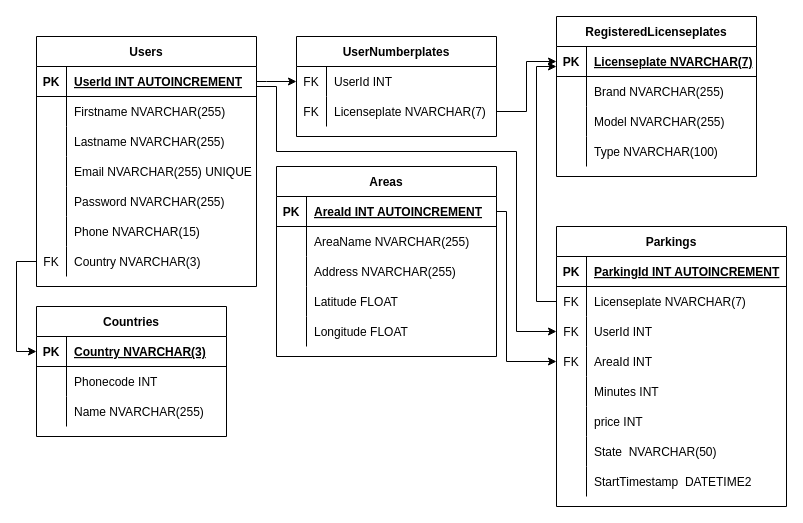
minilange/parkerings-projekt keeps this draw.io diagram as backend/misc/ER.drawio. Above is the earlier version. Source tidied: cells renumbered, new cells numbered last; positions are measured from the earlier drawing's top-left corner, leaving out a move shared by most shapes. Both pictures are drawn from the tidied source at 100%, with x=0, y=0 at pixel (36, 16).
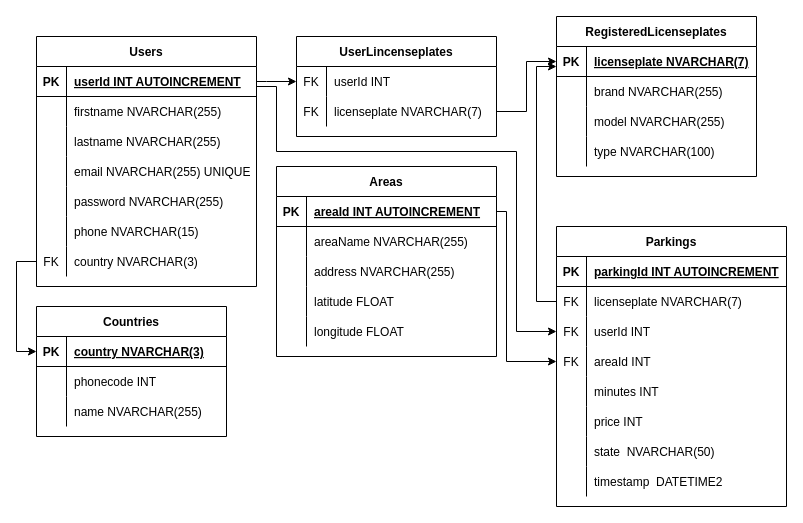
The same diagram, later.

The change refers to these unchanged cells:
```xml
<mxCell id="3" style="shape=tableRow;horizontal=0;startSize=0;swimlaneHead=0;swimlaneBody=0;fillColor=none;points=[[0,0.5],[1,0.5]];portConstraint=eastwest;top=0;left=0;right=0;bottom=1;" parent="2" vertex="1">
<mxCell id="6" style="shape=tableRow;horizontal=0;startSize=0;swimlaneHead=0;swimlaneBody=0;fillColor=none;top=0;left=0;right=0;bottom=0;" parent="2" vertex="1">
<mxCell id="9" style="shape=tableRow;horizontal=0;startSize=0;swimlaneHead=0;swimlaneBody=0;fillColor=none;top=0;left=0;right=0;bottom=0;" parent="2" vertex="1">
<mxCell id="12" style="shape=tableRow;horizontal=0;startSize=0;swimlaneHead=0;swimlaneBody=0;fillColor=none;top=0;left=0;right=0;bottom=0;" parent="2" vertex="1">
<mxCell id="15" style="shape=tableRow;horizontal=0;startSize=0;swimlaneHead=0;swimlaneBody=0;fillColor=none;top=0;left=0;right=0;bottom=0;" parent="2" vertex="1">
<mxCell id="18" style="shape=tableRow;horizontal=0;startSize=0;swimlaneHead=0;swimlaneBody=0;fillColor=none;top=0;left=0;right=0;bottom=0;" parent="2" vertex="1">
<mxCell id="21" style="shape=tableRow;horizontal=0;startSize=0;swimlaneHead=0;swimlaneBody=0;fillColor=none;points=[[0,0.5],[1,0.5]];portConstraint=eastwest;top=0;left=0;right=0;bottom=0;" parent="2" vertex="1">
<mxCell id="25" style="shape=tableRow;horizontal=0;startSize=0;swimlaneHead=0;swimlaneBody=0;fillColor=none;points=[[0,0.5],[1,0.5]];portConstraint=eastwest;top=0;left=0;right=0;bottom=1;" parent="24" vertex="1">
<mxCell id="28" style="shape=tableRow;horizontal=0;startSize=0;swimlaneHead=0;swimlaneBody=0;fillColor=none;top=0;left=0;right=0;bottom=0;" parent="24" vertex="1">
<mxCell id="31" style="shape=tableRow;horizontal=0;startSize=0;swimlaneHead=0;swimlaneBody=0;fillColor=none;top=0;left=0;right=0;bottom=0;" parent="24" vertex="1">
<mxCell id="36" style="shape=tableRow;horizontal=0;startSize=0;swimlaneHead=0;swimlaneBody=0;fillColor=none;top=0;left=0;right=0;bottom=0;" parent="35" vertex="1">
<mxCell id="39" style="shape=tableRow;horizontal=0;startSize=0;swimlaneHead=0;swimlaneBody=0;fillColor=none;points=[[0,0.5],[1,0.5]];portConstraint=eastwest;top=0;left=0;right=0;bottom=0;" parent="35" vertex="1">
<mxCell id="44" style="shape=tableRow;horizontal=0;startSize=0;swimlaneHead=0;swimlaneBody=0;fillColor=none;top=0;left=0;right=0;bottom=1;" parent="43" vertex="1">
<mxCell id="47" style="shape=tableRow;horizontal=0;startSize=0;swimlaneHead=0;swimlaneBody=0;fillColor=none;points=[[0,0.5],[1,0.5]];portConstraint=eastwest;top=0;left=0;right=0;bottom=0;" parent="43" vertex="1">
<mxCell id="50" style="shape=tableRow;horizontal=0;startSize=0;swimlaneHead=0;swimlaneBody=0;fillColor=none;points=[[0,0.5],[1,0.5]];portConstraint=eastwest;top=0;left=0;right=0;bottom=0;" parent="43" vertex="1">
<mxCell id="53" style="shape=tableRow;horizontal=0;startSize=0;swimlaneHead=0;swimlaneBody=0;fillColor=none;points=[[0,0.5],[1,0.5]];portConstraint=eastwest;top=0;left=0;right=0;bottom=0;" parent="43" vertex="1">
<mxCell id="56" style="shape=tableRow;horizontal=0;startSize=0;swimlaneHead=0;swimlaneBody=0;fillColor=none;top=0;left=0;right=0;bottom=0;" parent="43" vertex="1">
<mxCell id="62" style="shape=tableRow;horizontal=0;startSize=0;swimlaneHead=0;swimlaneBody=0;fillColor=none;top=0;left=0;right=0;bottom=0;" parent="43" vertex="1">
<mxCell id="65" style="shape=tableRow;horizontal=0;startSize=0;swimlaneHead=0;swimlaneBody=0;fillColor=none;top=0;left=0;right=0;bottom=0;" parent="43" vertex="1">
<mxCell id="69" style="shape=tableRow;horizontal=0;startSize=0;swimlaneHead=0;swimlaneBody=0;fillColor=none;points=[[0,0.5],[1,0.5]];portConstraint=eastwest;top=0;left=0;right=0;bottom=1;" parent="68" vertex="1">
<mxCell id="72" style="shape=tableRow;horizontal=0;startSize=0;swimlaneHead=0;swimlaneBody=0;fillColor=none;top=0;left=0;right=0;bottom=0;" parent="68" vertex="1">
<mxCell id="75" style="shape=tableRow;horizontal=0;startSize=0;swimlaneHead=0;swimlaneBody=0;fillColor=none;top=0;left=0;right=0;bottom=0;" parent="68" vertex="1">
<mxCell id="78" style="shape=tableRow;horizontal=0;startSize=0;swimlaneHead=0;swimlaneBody=0;fillColor=none;top=0;left=0;right=0;bottom=0;" parent="68" vertex="1">
<mxCell id="81" style="shape=tableRow;horizontal=0;startSize=0;swimlaneHead=0;swimlaneBody=0;fillColor=none;top=0;left=0;right=0;bottom=0;" parent="68" vertex="1">
<mxCell id="87" style="shape=tableRow;horizontal=0;startSize=0;swimlaneHead=0;swimlaneBody=0;fillColor=none;points=[[0,0.5],[1,0.5]];portConstraint=eastwest;top=0;left=0;right=0;bottom=1;" parent="86" vertex="1">
<mxCell id="90" style="shape=tableRow;horizontal=0;startSize=0;swimlaneHead=0;swimlaneBody=0;fillColor=none;top=0;left=0;right=0;bottom=0;" parent="86" vertex="1">
<mxCell id="93" style="shape=tableRow;horizontal=0;startSize=0;swimlaneHead=0;swimlaneBody=0;fillColor=none;top=0;left=0;right=0;bottom=0;" parent="86" vertex="1">
<mxCell id="96" style="shape=tableRow;horizontal=0;startSize=0;swimlaneHead=0;swimlaneBody=0;fillColor=none;top=0;left=0;right=0;bottom=0;" parent="86" vertex="1">
```

The edit, as a diff of the source:
```diff
@@
-    <mxCell id="5" value="UserId INT AUTOINCREMENT" style="shape=partialRectangle;fillColor=none;top=0;left=0;bottom=0;right=0;align=left;spacingLeft=6;fontStyle=5;overflow=hidden;" parent="3" vertex="1">
+    <mxCell id="5" value="userId INT AUTOINCREMENT" style="shape=partialRectangle;fillColor=none;top=0;left=0;bottom=0;right=0;align=left;spacingLeft=6;fontStyle=5;overflow=hidden;" parent="3" vertex="1">
       <mxGeometry x="30" width="190" height="30" as="geometry" />
     </mxCell>
@@
-    <mxCell id="8" value="Firstname NVARCHAR(255)" style="shape=partialRectangle;fillColor=none;top=0;left=0;bottom=0;right=0;align=left;spacingLeft=6;overflow=hidden;" parent="6" vertex="1">
+    <mxCell id="8" value="firstname NVARCHAR(255)" style="shape=partialRectangle;fillColor=none;top=0;left=0;bottom=0;right=0;align=left;spacingLeft=6;overflow=hidden;" parent="6" vertex="1">
       <mxGeometry x="30" width="190" height="30" as="geometry" />
     </mxCell>
@@
-    <mxCell id="11" value="Lastname NVARCHAR(255)" style="shape=partialRectangle;fillColor=none;top=0;left=0;bottom=0;right=0;align=left;spacingLeft=6;overflow=hidden;" parent="9" vertex="1">
+    <mxCell id="11" value="lastname NVARCHAR(255)" style="shape=partialRectangle;fillColor=none;top=0;left=0;bottom=0;right=0;align=left;spacingLeft=6;overflow=hidden;" parent="9" vertex="1">
       <mxGeometry x="30" width="190" height="30" as="geometry" />
     </mxCell>
@@
-    <mxCell id="14" value="Email NVARCHAR(255) UNIQUE" style="shape=partialRectangle;fillColor=none;top=0;left=0;bottom=0;right=0;align=left;spacingLeft=6;overflow=hidden;" parent="12" vertex="1">
+    <mxCell id="14" value="email NVARCHAR(255) UNIQUE" style="shape=partialRectangle;fillColor=none;top=0;left=0;bottom=0;right=0;align=left;spacingLeft=6;overflow=hidden;" parent="12" vertex="1">
       <mxGeometry x="30" width="190" height="30" as="geometry" />
     </mxCell>
@@
-    <mxCell id="17" value="Password NVARCHAR(255)" style="shape=partialRectangle;fillColor=none;top=0;left=0;bottom=0;right=0;align=left;spacingLeft=6;overflow=hidden;" parent="15" vertex="1">
+    <mxCell id="17" value="password NVARCHAR(255)" style="shape=partialRectangle;fillColor=none;top=0;left=0;bottom=0;right=0;align=left;spacingLeft=6;overflow=hidden;" parent="15" vertex="1">
       <mxGeometry x="30" width="190" height="30" as="geometry" />
     </mxCell>
@@
-    <mxCell id="20" value="Phone NVARCHAR(15)" style="shape=partialRectangle;fillColor=none;top=0;left=0;bottom=0;right=0;align=left;spacingLeft=6;overflow=hidden;" parent="18" vertex="1">
+    <mxCell id="20" value="phone NVARCHAR(15)" style="shape=partialRectangle;fillColor=none;top=0;left=0;bottom=0;right=0;align=left;spacingLeft=6;overflow=hidden;" parent="18" vertex="1">
       <mxGeometry x="30" width="190" height="30" as="geometry" />
     </mxCell>
@@
-    <mxCell id="23" value="Country NVARCHAR(3)" style="shape=partialRectangle;fillColor=none;top=0;left=0;bottom=0;right=0;align=left;spacingLeft=6;overflow=hidden;" parent="21" vertex="1">
+    <mxCell id="23" value="country NVARCHAR(3)" style="shape=partialRectangle;fillColor=none;top=0;left=0;bottom=0;right=0;align=left;spacingLeft=6;overflow=hidden;" parent="21" vertex="1">
       <mxGeometry x="30" width="190" height="30" as="geometry" />
     </mxCell>
@@
-    <mxCell id="27" value="Country NVARCHAR(3)" style="shape=partialRectangle;fillColor=none;top=0;left=0;bottom=0;right=0;align=left;spacingLeft=6;fontStyle=5;overflow=hidden;" parent="25" vertex="1">
+    <mxCell id="27" value="country NVARCHAR(3)" style="shape=partialRectangle;fillColor=none;top=0;left=0;bottom=0;right=0;align=left;spacingLeft=6;fontStyle=5;overflow=hidden;" parent="25" vertex="1">
       <mxGeometry x="30" width="160" height="30" as="geometry" />
     </mxCell>
@@
-    <mxCell id="30" value="Phonecode INT" style="shape=partialRectangle;fillColor=none;top=0;left=0;bottom=0;right=0;align=left;spacingLeft=6;overflow=hidden;" parent="28" vertex="1">
+    <mxCell id="30" value="phonecode INT" style="shape=partialRectangle;fillColor=none;top=0;left=0;bottom=0;right=0;align=left;spacingLeft=6;overflow=hidden;" parent="28" vertex="1">
       <mxGeometry x="30" width="160" height="30" as="geometry" />
     </mxCell>
@@
-    <mxCell id="33" value="Name NVARCHAR(255)" style="shape=partialRectangle;fillColor=none;top=0;left=0;bottom=0;right=0;align=left;spacingLeft=6;overflow=hidden;" parent="31" vertex="1">
+    <mxCell id="33" value="name NVARCHAR(255)" style="shape=partialRectangle;fillColor=none;top=0;left=0;bottom=0;right=0;align=left;spacingLeft=6;overflow=hidden;" parent="31" vertex="1">
       <mxGeometry x="30" width="160" height="30" as="geometry" />
     </mxCell>
@@
-    <mxCell id="35" value="UserNumberplates" style="shape=table;startSize=30;childLayout=tableLayout;rowLines=0;fontStyle=1;align=center;" parent="1" vertex="1">
+    <mxCell id="35" value="UserLincenseplates" style="shape=table;startSize=30;childLayout=tableLayout;rowLines=0;fontStyle=1;align=center;" parent="1" vertex="1">
       <mxGeometry x="260" y="20" width="200" height="100" as="geometry" />
     </mxCell>
@@
-    <mxCell id="38" value="UserId INT" style="shape=partialRectangle;fillColor=none;top=0;left=0;bottom=0;right=0;align=left;spacingLeft=6;overflow=hidden;" parent="36" vertex="1">
+    <mxCell id="38" value="userId INT" style="shape=partialRectangle;fillColor=none;top=0;left=0;bottom=0;right=0;align=left;spacingLeft=6;overflow=hidden;" parent="36" vertex="1">
       <mxGeometry x="30" width="170" height="30" as="geometry" />
     </mxCell>
@@
-    <mxCell id="41" value="Licenseplate NVARCHAR(7)" style="shape=partialRectangle;fillColor=none;top=0;left=0;bottom=0;right=0;align=left;spacingLeft=6;overflow=hidden;" parent="39" vertex="1">
+    <mxCell id="41" value="licenseplate NVARCHAR(7)" style="shape=partialRectangle;fillColor=none;top=0;left=0;bottom=0;right=0;align=left;spacingLeft=6;overflow=hidden;" parent="39" vertex="1">
       <mxGeometry x="30" width="170" height="30" as="geometry" />
     </mxCell>
@@
-    <mxCell id="46" value="ParkingId INT AUTOINCREMENT" style="shape=partialRectangle;fillColor=none;top=0;left=0;bottom=0;right=0;align=left;spacingLeft=6;fontStyle=5;overflow=hidden;" parent="44" vertex="1">
+    <mxCell id="46" value="parkingId INT AUTOINCREMENT" style="shape=partialRectangle;fillColor=none;top=0;left=0;bottom=0;right=0;align=left;spacingLeft=6;fontStyle=5;overflow=hidden;" parent="44" vertex="1">
       <mxGeometry x="30" width="200" height="30" as="geometry" />
     </mxCell>
@@
-    <mxCell id="49" value="Licenseplate NVARCHAR(7)" style="shape=partialRectangle;fillColor=none;top=0;left=0;bottom=0;right=0;align=left;spacingLeft=6;overflow=hidden;" parent="47" vertex="1">
+    <mxCell id="49" value="licenseplate NVARCHAR(7)" style="shape=partialRectangle;fillColor=none;top=0;left=0;bottom=0;right=0;align=left;spacingLeft=6;overflow=hidden;" parent="47" vertex="1">
       <mxGeometry x="30" width="200" height="30" as="geometry" />
     </mxCell>
@@
-    <mxCell id="52" value="UserId INT" style="shape=partialRectangle;fillColor=none;top=0;left=0;bottom=0;right=0;align=left;spacingLeft=6;overflow=hidden;" parent="50" vertex="1">
+    <mxCell id="52" value="userId INT" style="shape=partialRectangle;fillColor=none;top=0;left=0;bottom=0;right=0;align=left;spacingLeft=6;overflow=hidden;" parent="50" vertex="1">
       <mxGeometry x="30" width="200" height="30" as="geometry" />
     </mxCell>
@@
-    <mxCell id="55" value="AreaId INT" style="shape=partialRectangle;fillColor=none;top=0;left=0;bottom=0;right=0;align=left;spacingLeft=6;overflow=hidden;" parent="53" vertex="1">
+    <mxCell id="55" value="areaId INT" style="shape=partialRectangle;fillColor=none;top=0;left=0;bottom=0;right=0;align=left;spacingLeft=6;overflow=hidden;" parent="53" vertex="1">
       <mxGeometry x="30" width="200" height="30" as="geometry" />
     </mxCell>
@@
-    <mxCell id="58" value="Minutes INT" style="shape=partialRectangle;fillColor=none;top=0;left=0;bottom=0;right=0;align=left;spacingLeft=6;overflow=hidden;" parent="56" vertex="1">
+    <mxCell id="58" value="minutes INT" style="shape=partialRectangle;fillColor=none;top=0;left=0;bottom=0;right=0;align=left;spacingLeft=6;overflow=hidden;" parent="56" vertex="1">
       <mxGeometry x="30" width="200" height="30" as="geometry" />
     </mxCell>
@@
-    <mxCell id="64" value="State  NVARCHAR(50)" style="shape=partialRectangle;fillColor=none;top=0;left=0;bottom=0;right=0;align=left;spacingLeft=6;overflow=hidden;" parent="62" vertex="1">
+    <mxCell id="64" value="state  NVARCHAR(50)" style="shape=partialRectangle;fillColor=none;top=0;left=0;bottom=0;right=0;align=left;spacingLeft=6;overflow=hidden;" parent="62" vertex="1">
       <mxGeometry x="30" width="200" height="30" as="geometry" />
     </mxCell>
@@
-    <mxCell id="67" value="StartTimestamp  DATETIME2" style="shape=partialRectangle;fillColor=none;top=0;left=0;bottom=0;right=0;align=left;spacingLeft=6;overflow=hidden;" parent="65" vertex="1">
+    <mxCell id="67" value="timestamp  DATETIME2" style="shape=partialRectangle;fillColor=none;top=0;left=0;bottom=0;right=0;align=left;spacingLeft=6;overflow=hidden;" parent="65" vertex="1">
       <mxGeometry x="30" width="200" height="30" as="geometry" />
     </mxCell>
@@
-    <mxCell id="71" value="AreaId INT AUTOINCREMENT" style="shape=partialRectangle;fillColor=none;top=0;left=0;bottom=0;right=0;align=left;spacingLeft=6;fontStyle=5;overflow=hidden;" parent="69" vertex="1">
+    <mxCell id="71" value="areaId INT AUTOINCREMENT" style="shape=partialRectangle;fillColor=none;top=0;left=0;bottom=0;right=0;align=left;spacingLeft=6;fontStyle=5;overflow=hidden;" parent="69" vertex="1">
       <mxGeometry x="30" width="190" height="30" as="geometry" />
     </mxCell>
@@
-    <mxCell id="74" value="AreaName NVARCHAR(255)" style="shape=partialRectangle;fillColor=none;top=0;left=0;bottom=0;right=0;align=left;spacingLeft=6;overflow=hidden;" parent="72" vertex="1">
+    <mxCell id="74" value="areaName NVARCHAR(255)" style="shape=partialRectangle;fillColor=none;top=0;left=0;bottom=0;right=0;align=left;spacingLeft=6;overflow=hidden;" parent="72" vertex="1">
       <mxGeometry x="30" width="190" height="30" as="geometry" />
     </mxCell>
@@
-    <mxCell id="77" value="Address NVARCHAR(255)" style="shape=partialRectangle;fillColor=none;top=0;left=0;bottom=0;right=0;align=left;spacingLeft=6;overflow=hidden;" parent="75" vertex="1">
+    <mxCell id="77" value="address NVARCHAR(255)" style="shape=partialRectangle;fillColor=none;top=0;left=0;bottom=0;right=0;align=left;spacingLeft=6;overflow=hidden;" parent="75" vertex="1">
       <mxGeometry x="30" width="190" height="30" as="geometry" />
     </mxCell>
@@
-    <mxCell id="80" value="Latitude FLOAT" style="shape=partialRectangle;fillColor=none;top=0;left=0;bottom=0;right=0;align=left;spacingLeft=6;overflow=hidden;" parent="78" vertex="1">
+    <mxCell id="80" value="latitude FLOAT" style="shape=partialRectangle;fillColor=none;top=0;left=0;bottom=0;right=0;align=left;spacingLeft=6;overflow=hidden;" parent="78" vertex="1">
       <mxGeometry x="30" width="190" height="30" as="geometry" />
     </mxCell>
@@
-    <mxCell id="83" value="Longitude FLOAT" style="shape=partialRectangle;fillColor=none;top=0;left=0;bottom=0;right=0;align=left;spacingLeft=6;overflow=hidden;" parent="81" vertex="1">
+    <mxCell id="83" value="longitude FLOAT" style="shape=partialRectangle;fillColor=none;top=0;left=0;bottom=0;right=0;align=left;spacingLeft=6;overflow=hidden;" parent="81" vertex="1">
       <mxGeometry x="30" width="190" height="30" as="geometry" />
     </mxCell>
@@
-    <mxCell id="89" value="Licenseplate NVARCHAR(7)" style="shape=partialRectangle;fillColor=none;top=0;left=0;bottom=0;right=0;align=left;spacingLeft=6;fontStyle=5;overflow=hidden;" parent="87" vertex="1">
+    <mxCell id="89" value="licenseplate NVARCHAR(7)" style="shape=partialRectangle;fillColor=none;top=0;left=0;bottom=0;right=0;align=left;spacingLeft=6;fontStyle=5;overflow=hidden;" parent="87" vertex="1">
       <mxGeometry x="30" width="170" height="30" as="geometry" />
     </mxCell>
@@
-    <mxCell id="92" value="Brand NVARCHAR(255)" style="shape=partialRectangle;fillColor=none;top=0;left=0;bottom=0;right=0;align=left;spacingLeft=6;overflow=hidden;" parent="90" vertex="1">
+    <mxCell id="92" value="brand NVARCHAR(255)" style="shape=partialRectangle;fillColor=none;top=0;left=0;bottom=0;right=0;align=left;spacingLeft=6;overflow=hidden;" parent="90" vertex="1">
       <mxGeometry x="30" width="170" height="30" as="geometry" />
     </mxCell>
@@
-    <mxCell id="95" value="Model NVARCHAR(255)" style="shape=partialRectangle;fillColor=none;top=0;left=0;bottom=0;right=0;align=left;spacingLeft=6;overflow=hidden;" parent="93" vertex="1">
+    <mxCell id="95" value="model NVARCHAR(255)" style="shape=partialRectangle;fillColor=none;top=0;left=0;bottom=0;right=0;align=left;spacingLeft=6;overflow=hidden;" parent="93" vertex="1">
       <mxGeometry x="30" width="170" height="30" as="geometry" />
     </mxCell>
@@
-    <mxCell id="98" value="Type NVARCHAR(100)" style="shape=partialRectangle;fillColor=none;top=0;left=0;bottom=0;right=0;align=left;spacingLeft=6;overflow=hidden;" parent="96" vertex="1">
+    <mxCell id="98" value="type NVARCHAR(100)" style="shape=partialRectangle;fillColor=none;top=0;left=0;bottom=0;right=0;align=left;spacingLeft=6;overflow=hidden;" parent="96" vertex="1">
       <mxGeometry x="30" width="170" height="30" as="geometry" />
     </mxCell>
```
